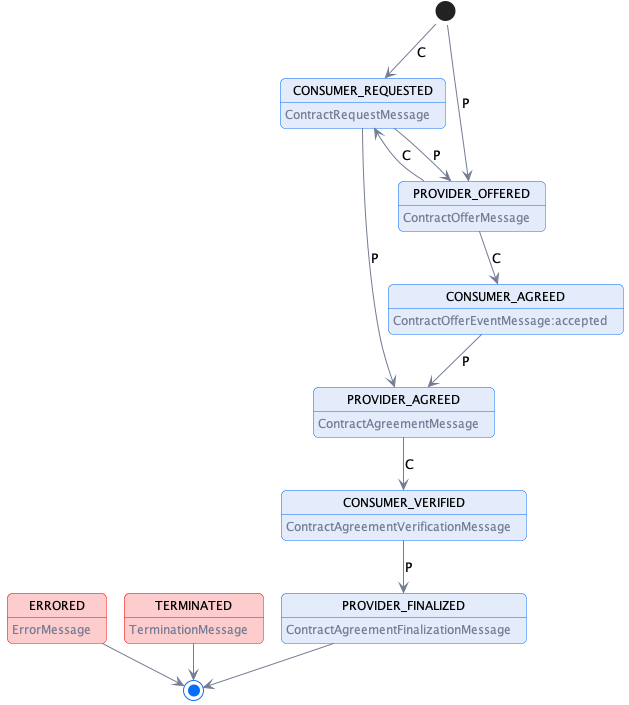
The PlantUML diagram specifications/negotiation/contract.negotiation.state.machine.png in Metaform/edc-protocols, before a commit.
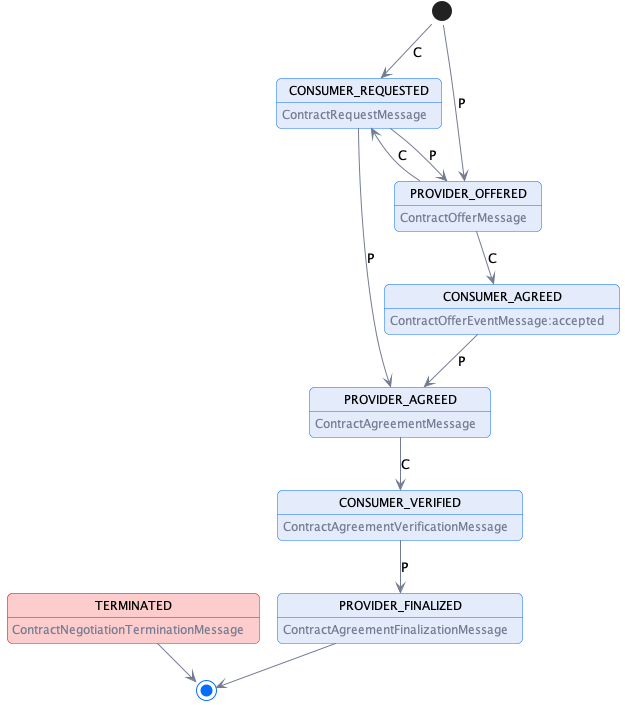
Later version of the same file.

What changed in the source:
```diff
@@ -12,8 +12,7 @@
 state CONSUMER_VERIFIED: <color:$darkGray>ContractAgreementVerificationMessage
 state PROVIDER_FINALIZED: <color:$darkGray>ContractAgreementFinalizationMessage
 
-state ERRORED $lightRed #$borderRed : <color:$darkGray>ErrorMessage
-state TERMINATED $lightRed #$borderRed:  <color:$darkGray>TerminationMessage
+state TERMINATED $lightRed #$borderRed:  <color:$darkGray>ContractNegotiationTerminationMessage
 
 [*] --> CONSUMER_REQUESTED: C
 CONSUMER_REQUESTED -->  PROVIDER_OFFERED: P
@@ -22,8 +21,6 @@
 [*] --> PROVIDER_OFFERED: P
 PROVIDER_OFFERED -->  CONSUMER_REQUESTED: C
 PROVIDER_OFFERED -->  CONSUMER_AGREED: C
-
-
 CONSUMER_AGREED --> PROVIDER_AGREED: P
 
 PROVIDER_AGREED --> CONSUMER_VERIFIED: C
@@ -31,7 +28,6 @@
 CONSUMER_VERIFIED --> PROVIDER_FINALIZED: P
 
 PROVIDER_FINALIZED -->[*]
-ERRORED --> [*]
 TERMINATED --> [*]
 
 @enduml
```
